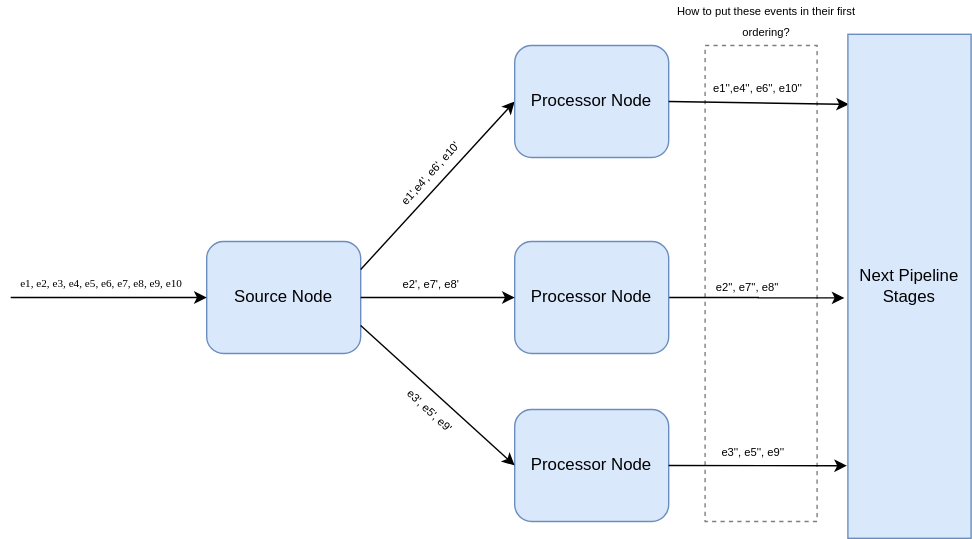
Before: site/docs/assets/events_getting_reordered.svg, a diagram exported from draw.io (hazelcast/hazelcast-jet). Source tidied: cells renumbered, new cells last; positions are measured from the earlier drawing's top-left corner, leaving out a move shared by most shapes. Source of this version:
```xml
<mxGraphModel>
  <root>
    <mxCell id="0" />
    <mxCell id="1" parent="0" />
    <mxCell id="2" value="Source Node" style="rounded=1;whiteSpace=wrap;html=1;fillColor=#dae8fc;strokeColor=#6c8ebf;" parent="1" vertex="1">
      <mxGeometry x="140" y="168" width="110" height="80" as="geometry" />
    </mxCell>
    <mxCell id="3" style="endArrow=classic;html=1;entryX=0;entryY=0.5;entryDx=0;entryDy=0;exitX=0;exitY=1;exitDx=0;exitDy=0;" parent="1" edge="1" source="11" target="2">
      <mxGeometry relative="1" as="geometry" />
    </mxCell>
    <mxCell id="4" style="endArrow=classic;html=1;exitX=1;exitY=0.25;exitDx=0;exitDy=0;entryX=0;entryY=0.5;entryDx=0;entryDy=0;" parent="1" edge="1" source="2" target="5">
      <mxGeometry x="0.12" y="-25" relative="1" as="geometry" />
    </mxCell>
    <mxCell id="5" value="Processor Node" style="rounded=1;whiteSpace=wrap;html=1;fillColor=#dae8fc;strokeColor=#6c8ebf;" parent="1" vertex="1">
      <mxGeometry x="360" y="28" width="110" height="80" as="geometry" />
    </mxCell>
    <mxCell id="6" style="edgeStyle=orthogonalEdgeStyle;rounded=0;jettySize=auto;html=1;entryX=-0.028;entryY=0.523;entryDx=0;entryDy=0;entryPerimeter=0;" parent="1" edge="1" source="7" target="21">
      <mxGeometry relative="1" as="geometry" />
    </mxCell>
    <mxCell id="7" value="Processor Node" style="rounded=1;whiteSpace=wrap;html=1;fillColor=#dae8fc;strokeColor=#6c8ebf;" parent="1" vertex="1">
      <mxGeometry x="360" y="168" width="110" height="80" as="geometry" />
    </mxCell>
    <mxCell id="8" value="Processor Node" style="rounded=1;whiteSpace=wrap;html=1;fillColor=#dae8fc;strokeColor=#6c8ebf;" parent="1" vertex="1">
      <mxGeometry x="360" y="288" width="110" height="80" as="geometry" />
    </mxCell>
    <mxCell id="9" style="endArrow=classic;html=1;exitX=1;exitY=0.5;exitDx=0;exitDy=0;entryX=0;entryY=0.5;entryDx=0;entryDy=0;" parent="1" edge="1" source="2" target="7">
      <mxGeometry relative="1" as="geometry" />
    </mxCell>
    <mxCell id="10" style="endArrow=classic;html=1;exitX=1;exitY=0.75;exitDx=0;exitDy=0;entryX=0;entryY=0.5;entryDx=0;entryDy=0;" parent="1" edge="1" source="2" target="8">
      <mxGeometry relative="1" as="geometry" />
    </mxCell>
    <mxCell id="11" value="&lt;p style=&quot;font-size: 8px&quot;&gt;&lt;font style=&quot;font-size: 8px&quot; face=&quot;Times New Roman&quot;&gt;e1, e2, e3, e4, e5, e6, e7, e8, e9, e10&lt;br&gt;&lt;/font&gt;&lt;/p&gt;" style="text;html=1;strokeColor=none;fillColor=none;align=center;verticalAlign=middle;whiteSpace=wrap;rounded=0;" parent="1" vertex="1">
      <mxGeometry y="188" width="130" height="20" as="geometry" />
    </mxCell>
    <mxCell id="12" value="&lt;font style=&quot;font-size: 8px&quot;&gt;e1',e4'&lt;/font&gt;&lt;font style=&quot;font-size: 8px&quot;&gt;, e6', e10'&amp;nbsp; &lt;br&gt;&lt;/font&gt;" style="text;html=1;strokeColor=none;fillColor=none;align=center;verticalAlign=middle;whiteSpace=wrap;rounded=0;rotation=312;" parent="1" vertex="1">
      <mxGeometry x="260" y="108" width="80" height="20" as="geometry" />
    </mxCell>
    <mxCell id="13" value="&lt;font style=&quot;font-size: 8px&quot;&gt;e2', e7', e8'&lt;br&gt;&lt;/font&gt;" style="text;html=1;align=center;verticalAlign=middle;" parent="1" vertex="1">
      <mxGeometry x="270" y="188" width="60" height="20" as="geometry" />
    </mxCell>
    <mxCell id="14" value="&lt;font style=&quot;font-size: 8px&quot;&gt;e3', e5', e9'&lt;br&gt;&lt;/font&gt;" style="text;html=1;align=center;verticalAlign=middle;rotation=43;" parent="1" vertex="1">
      <mxGeometry x="270" y="278" width="60" height="20" as="geometry" />
    </mxCell>
    <mxCell id="15" style="endArrow=classic;html=1;exitX=1;exitY=0.5;exitDx=0;exitDy=0;entryX=-0.008;entryY=0.856;entryDx=0;entryDy=0;entryPerimeter=0;" parent="1" edge="1" source="8" target="21">
      <mxGeometry relative="1" as="geometry" />
    </mxCell>
    <mxCell id="16" style="endArrow=classic;html=1;exitX=1;exitY=0.5;exitDx=0;exitDy=0;entryX=0.008;entryY=0.139;entryDx=0;entryDy=0;entryPerimeter=0;" parent="1" edge="1" source="5" target="21">
      <mxGeometry relative="1" as="geometry" />
    </mxCell>
    <mxCell id="17" value="&lt;font style=&quot;font-size: 8px&quot;&gt;e1'',e4''&lt;/font&gt;&lt;font style=&quot;font-size: 8px&quot;&gt;, e6'', e10''&amp;nbsp; &lt;br&gt;&lt;/font&gt;" style="text;html=1;strokeColor=none;fillColor=none;align=center;verticalAlign=middle;whiteSpace=wrap;rounded=0;rotation=0;" parent="1" vertex="1">
      <mxGeometry x="496" y="48" width="78" height="19" as="geometry" />
    </mxCell>
    <mxCell id="18" value="&lt;font style=&quot;font-size: 8px&quot;&gt;e2'', e7'', e8''&lt;br&gt;&lt;/font&gt;" style="text;html=1;align=center;verticalAlign=middle;" parent="1" vertex="1">
      <mxGeometry x="496" y="190" width="60" height="20" as="geometry" />
    </mxCell>
    <mxCell id="19" value="&lt;div&gt;&lt;font style=&quot;font-size: 8px&quot;&gt;e3'', e5'', e9''&lt;/font&gt;&lt;/div&gt;" style="text;html=1;align=center;verticalAlign=middle;rotation=0;" parent="1" vertex="1">
      <mxGeometry x="500" y="308" width="60" height="20" as="geometry" />
    </mxCell>
    <mxCell id="20" style="rounded=0;whiteSpace=wrap;html=1;fillColor=none;dashed=1;perimeterSpacing=0;opacity=50;" parent="1" vertex="1">
      <mxGeometry x="496" y="28" width="80" height="340" as="geometry" />
    </mxCell>
    <mxCell id="21" value="Next Pipeline Stages" style="rounded=0;whiteSpace=wrap;html=1;fillColor=#dae8fc;strokeColor=#6c8ebf;" parent="1" vertex="1">
      <mxGeometry x="598" y="20" width="88" height="360" as="geometry" />
    </mxCell>
    <mxCell id="22" value="&lt;font style=&quot;font-size: 8px&quot;&gt;How to put these events in their first ordering? &lt;br&gt;&lt;/font&gt;" style="text;html=1;strokeColor=none;fillColor=none;align=center;verticalAlign=middle;whiteSpace=wrap;rounded=0;dashed=1;opacity=50;" parent="1" vertex="1">
      <mxGeometry x="470" width="140" height="20" as="geometry" />
    </mxCell>
  </root>
</mxGraphModel>
```
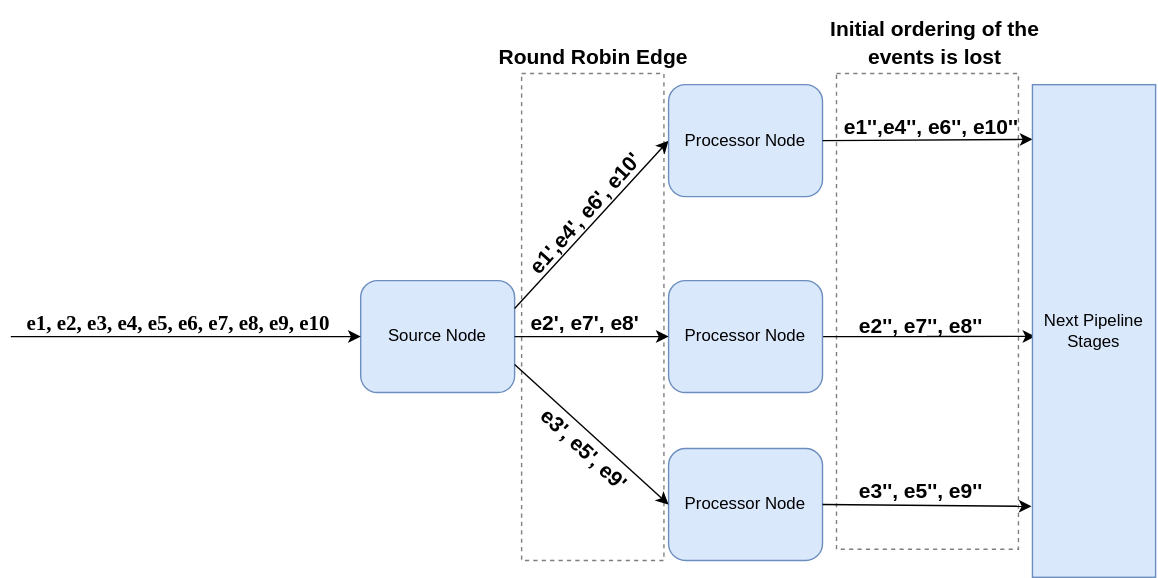
The same diagram one commit later.

What changed in the source:
```diff
@@ -14,7 +14,7 @@
     <mxCell id="5" value="Processor Node" style="rounded=1;whiteSpace=wrap;html=1;fillColor=#dae8fc;strokeColor=#6c8ebf;" parent="1" vertex="1">
       <mxGeometry x="360" y="28" width="110" height="80" as="geometry" />
     </mxCell>
-    <mxCell id="6" style="edgeStyle=orthogonalEdgeStyle;rounded=0;jettySize=auto;html=1;entryX=-0.028;entryY=0.523;entryDx=0;entryDy=0;entryPerimeter=0;" parent="1" edge="1" source="7" target="21">
+    <mxCell id="6" style="edgeStyle=orthogonalEdgeStyle;rounded=0;jettySize=auto;html=1;entryX=0.023;entryY=0.511;entryDx=0;entryDy=0;entryPerimeter=0;fontSize=16;" parent="1" edge="1" source="7" target="21">
       <mxGeometry relative="1" as="geometry" />
     </mxCell>
     <mxCell id="7" value="Processor Node" style="rounded=1;whiteSpace=wrap;html=1;fillColor=#dae8fc;strokeColor=#6c8ebf;" parent="1" vertex="1">
@@ -29,41 +29,47 @@
     <mxCell id="10" style="endArrow=classic;html=1;exitX=1;exitY=0.75;exitDx=0;exitDy=0;entryX=0;entryY=0.5;entryDx=0;entryDy=0;" parent="1" edge="1" source="2" target="8">
       <mxGeometry relative="1" as="geometry" />
     </mxCell>
-    <mxCell id="11" value="&lt;p style=&quot;font-size: 8px&quot;&gt;&lt;font style=&quot;font-size: 8px&quot; face=&quot;Times New Roman&quot;&gt;e1, e2, e3, e4, e5, e6, e7, e8, e9, e10&lt;br&gt;&lt;/font&gt;&lt;/p&gt;" style="text;html=1;strokeColor=none;fillColor=none;align=center;verticalAlign=middle;whiteSpace=wrap;rounded=0;" parent="1" vertex="1">
-      <mxGeometry y="188" width="130" height="20" as="geometry" />
+    <mxCell id="11" value="&lt;p style=&quot;font-size: 15px;&quot;&gt;&lt;font style=&quot;font-size: 15px;&quot; face=&quot;Times New Roman&quot;&gt;e1, e2, e3, e4, e5, e6, e7, e8, e9, e10&lt;br style=&quot;font-size: 15px;&quot;&gt;&lt;/font&gt;&lt;/p&gt;" style="text;html=1;strokeColor=none;fillColor=none;align=center;verticalAlign=middle;whiteSpace=wrap;rounded=0;fontStyle=1;fontSize=15;" parent="1" vertex="1">
+      <mxGeometry x="-110" y="188" width="240" height="20" as="geometry" />
     </mxCell>
-    <mxCell id="12" value="&lt;font style=&quot;font-size: 8px&quot;&gt;e1',e4'&lt;/font&gt;&lt;font style=&quot;font-size: 8px&quot;&gt;, e6', e10'&amp;nbsp; &lt;br&gt;&lt;/font&gt;" style="text;html=1;strokeColor=none;fillColor=none;align=center;verticalAlign=middle;whiteSpace=wrap;rounded=0;rotation=312;" parent="1" vertex="1">
-      <mxGeometry x="260" y="108" width="80" height="20" as="geometry" />
+    <mxCell id="12" value="&lt;font style=&quot;font-size: 15px;&quot;&gt;e1',e4'&lt;/font&gt;&lt;font style=&quot;font-size: 15px;&quot;&gt;, e6', e10'&amp;nbsp; &lt;br style=&quot;font-size: 15px;&quot;&gt;&lt;/font&gt;" style="text;html=1;strokeColor=none;fillColor=none;align=center;verticalAlign=middle;whiteSpace=wrap;rounded=0;rotation=312;fontSize=15;fontStyle=1;" parent="1" vertex="1">
+      <mxGeometry x="240" y="108" width="123.4" height="20" as="geometry" />
     </mxCell>
-    <mxCell id="13" value="&lt;font style=&quot;font-size: 8px&quot;&gt;e2', e7', e8'&lt;br&gt;&lt;/font&gt;" style="text;html=1;align=center;verticalAlign=middle;" parent="1" vertex="1">
-      <mxGeometry x="270" y="188" width="60" height="20" as="geometry" />
+    <mxCell id="13" value="&lt;font style=&quot;font-size: 15px;&quot;&gt;e2', e7', e8'&lt;br style=&quot;font-size: 15px;&quot;&gt;&lt;/font&gt;" style="text;html=1;align=center;verticalAlign=middle;fontStyle=1;fontSize=15;" parent="1" vertex="1">
+      <mxGeometry x="255" y="188" width="90" height="20" as="geometry" />
     </mxCell>
-    <mxCell id="14" value="&lt;font style=&quot;font-size: 8px&quot;&gt;e3', e5', e9'&lt;br&gt;&lt;/font&gt;" style="text;html=1;align=center;verticalAlign=middle;rotation=43;" parent="1" vertex="1">
-      <mxGeometry x="270" y="278" width="60" height="20" as="geometry" />
+    <mxCell id="14" value="&lt;font style=&quot;font-size: 15px;&quot;&gt;e3', e5', e9'&lt;br style=&quot;font-size: 15px;&quot;&gt;&lt;/font&gt;" style="text;html=1;align=center;verticalAlign=middle;rotation=43;fontStyle=1;fontSize=15;" parent="1" vertex="1">
+      <mxGeometry x="255" y="278" width="90" height="20" as="geometry" />
     </mxCell>
     <mxCell id="15" style="endArrow=classic;html=1;exitX=1;exitY=0.5;exitDx=0;exitDy=0;entryX=-0.008;entryY=0.856;entryDx=0;entryDy=0;entryPerimeter=0;" parent="1" edge="1" source="8" target="21">
       <mxGeometry relative="1" as="geometry" />
     </mxCell>
-    <mxCell id="16" style="endArrow=classic;html=1;exitX=1;exitY=0.5;exitDx=0;exitDy=0;entryX=0.008;entryY=0.139;entryDx=0;entryDy=0;entryPerimeter=0;" parent="1" edge="1" source="5" target="21">
+    <mxCell id="16" style="endArrow=classic;html=1;exitX=1;exitY=0.5;exitDx=0;exitDy=0;entryX=0;entryY=0.111;entryDx=0;entryDy=0;entryPerimeter=0;" parent="1" edge="1" source="5" target="21">
       <mxGeometry relative="1" as="geometry" />
     </mxCell>
-    <mxCell id="17" value="&lt;font style=&quot;font-size: 8px&quot;&gt;e1'',e4''&lt;/font&gt;&lt;font style=&quot;font-size: 8px&quot;&gt;, e6'', e10''&amp;nbsp; &lt;br&gt;&lt;/font&gt;" style="text;html=1;strokeColor=none;fillColor=none;align=center;verticalAlign=middle;whiteSpace=wrap;rounded=0;rotation=0;" parent="1" vertex="1">
-      <mxGeometry x="496" y="48" width="78" height="19" as="geometry" />
+    <mxCell id="17" value="&lt;font style=&quot;font-size: 15px;&quot;&gt;e1'',e4''&lt;/font&gt;&lt;font style=&quot;font-size: 15px;&quot;&gt;, e6'', e10''&amp;nbsp; &lt;br style=&quot;font-size: 15px;&quot;&gt;&lt;/font&gt;" style="text;html=1;strokeColor=none;fillColor=none;align=center;verticalAlign=middle;whiteSpace=wrap;rounded=0;rotation=0;fontStyle=1;fontSize=15;" parent="1" vertex="1">
+      <mxGeometry x="480" y="48" width="140" height="19" as="geometry" />
     </mxCell>
-    <mxCell id="18" value="&lt;font style=&quot;font-size: 8px&quot;&gt;e2'', e7'', e8''&lt;br&gt;&lt;/font&gt;" style="text;html=1;align=center;verticalAlign=middle;" parent="1" vertex="1">
-      <mxGeometry x="496" y="190" width="60" height="20" as="geometry" />
+    <mxCell id="18" value="&lt;font style=&quot;font-size: 15px;&quot;&gt;e2'', e7'', e8''&lt;br style=&quot;font-size: 15px;&quot;&gt;&lt;/font&gt;" style="text;html=1;align=center;verticalAlign=middle;fontStyle=1;fontSize=15;" parent="1" vertex="1">
+      <mxGeometry x="490" y="190" width="100" height="20" as="geometry" />
     </mxCell>
-    <mxCell id="19" value="&lt;div&gt;&lt;font style=&quot;font-size: 8px&quot;&gt;e3'', e5'', e9''&lt;/font&gt;&lt;/div&gt;" style="text;html=1;align=center;verticalAlign=middle;rotation=0;" parent="1" vertex="1">
-      <mxGeometry x="500" y="308" width="60" height="20" as="geometry" />
+    <mxCell id="19" value="&lt;div style=&quot;font-size: 15px;&quot;&gt;&lt;font style=&quot;font-size: 15px;&quot;&gt;e3'', e5'', e9''&lt;/font&gt;&lt;/div&gt;" style="text;html=1;align=center;verticalAlign=middle;rotation=0;fontStyle=1;fontSize=15;" parent="1" vertex="1">
+      <mxGeometry x="490" y="308" width="100" height="20" as="geometry" />
     </mxCell>
     <mxCell id="20" style="rounded=0;whiteSpace=wrap;html=1;fillColor=none;dashed=1;perimeterSpacing=0;opacity=50;" parent="1" vertex="1">
-      <mxGeometry x="496" y="28" width="80" height="340" as="geometry" />
+      <mxGeometry x="480" y="20" width="130" height="340" as="geometry" />
     </mxCell>
     <mxCell id="21" value="Next Pipeline Stages" style="rounded=0;whiteSpace=wrap;html=1;fillColor=#dae8fc;strokeColor=#6c8ebf;" parent="1" vertex="1">
-      <mxGeometry x="598" y="20" width="88" height="360" as="geometry" />
+      <mxGeometry x="620" y="28" width="88" height="352" as="geometry" />
     </mxCell>
-    <mxCell id="22" value="&lt;font style=&quot;font-size: 8px&quot;&gt;How to put these events in their first ordering? &lt;br&gt;&lt;/font&gt;" style="text;html=1;strokeColor=none;fillColor=none;align=center;verticalAlign=middle;whiteSpace=wrap;rounded=0;dashed=1;opacity=50;" parent="1" vertex="1">
-      <mxGeometry x="470" width="140" height="20" as="geometry" />
+    <mxCell id="22" value="&lt;font style=&quot;font-size: 15px&quot;&gt;Initial ordering of the events is lost&lt;br style=&quot;font-size: 16px&quot;&gt;&lt;/font&gt;" style="text;html=1;strokeColor=none;fillColor=none;align=center;verticalAlign=middle;whiteSpace=wrap;rounded=0;dashed=1;opacity=50;fontStyle=1;fontSize=16;" parent="1" vertex="1">
+      <mxGeometry x="470.5" y="-32" width="159" height="60" as="geometry" />
     </mxCell>
+    <mxCell id="23" value="&lt;font style=&quot;font-size: 15px&quot;&gt;Round Robin Edge&lt;br style=&quot;font-size: 16px&quot;&gt;&lt;/font&gt;" style="text;html=1;strokeColor=none;fillColor=none;align=center;verticalAlign=middle;whiteSpace=wrap;rounded=0;dashed=1;opacity=50;fontStyle=1;fontSize=16;" parent="1" vertex="1">
+      <mxGeometry x="227.2" y="-22" width="159" height="60" as="geometry" />
+    </mxCell>
+    <mxCell id="24" style="rounded=0;whiteSpace=wrap;html=1;fillColor=none;dashed=1;perimeterSpacing=0;opacity=50;" parent="1" vertex="1">
+      <mxGeometry x="255" y="20" width="101.7" height="348" as="geometry" />
+    </mxCell>
   </root>
 </mxGraphModel>
```
